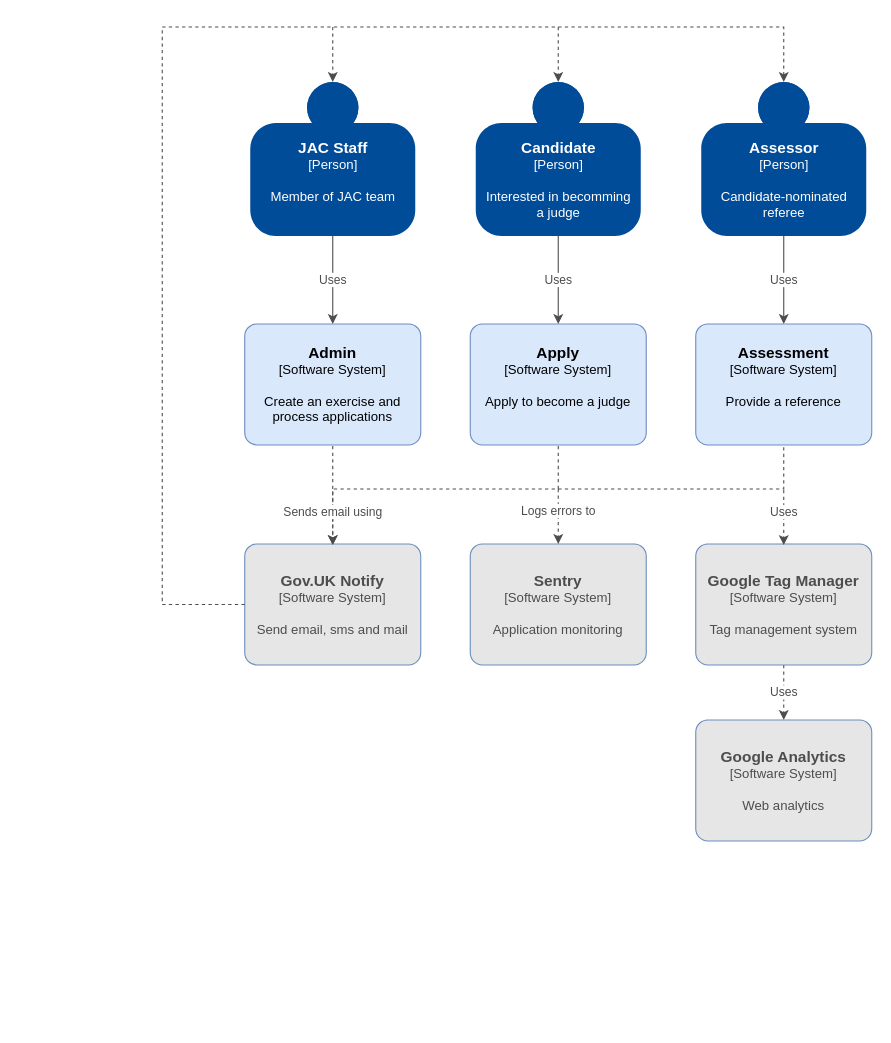
The draw.io diagram docs/jac-overview.drawio in jac-uk/documentation, before the edit. Source tidied: cells renumbered, new cells numbered last; positions are measured from the earlier drawing's top-left corner, leaving out a move shared by most shapes. Both pictures are drawn from the tidied source at 110%, with x=0, y=0 at pixel (162, 26).
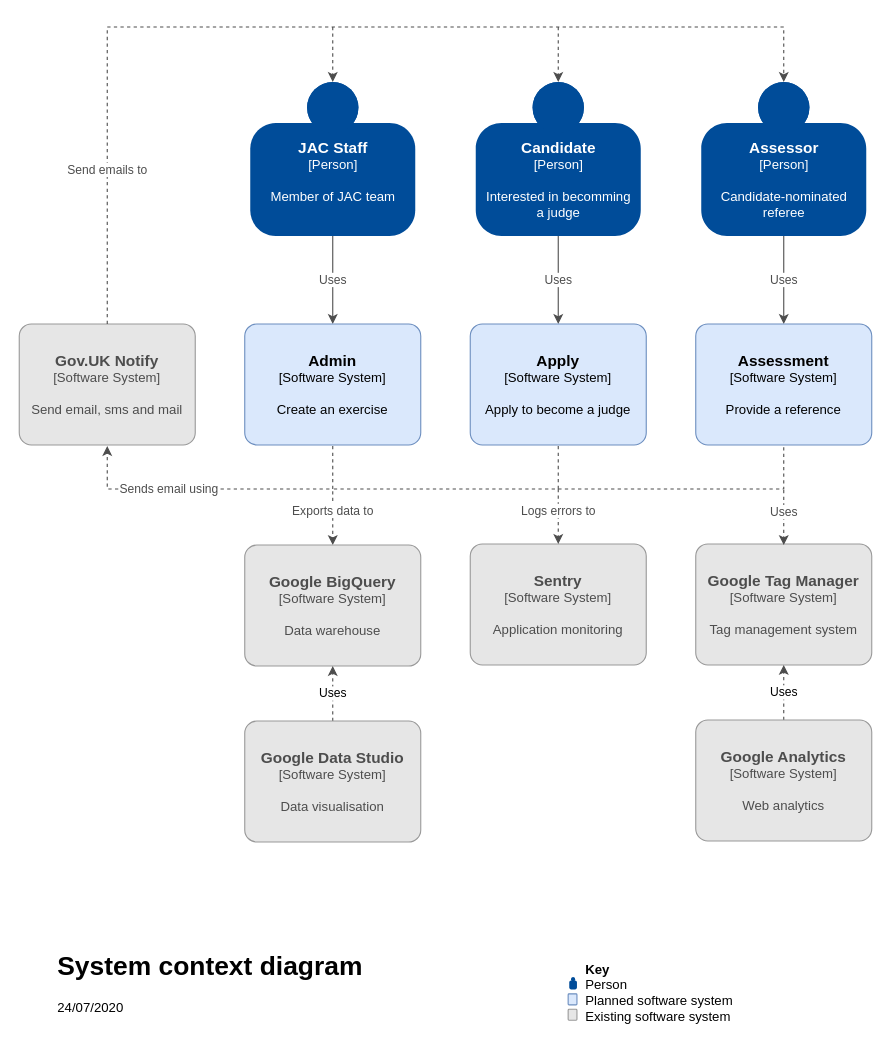
After the change.

The change refers to these unchanged cells:
```xml
<mxCell id="8" value="&lt;div&gt;&lt;font size=&quot;1&quot;&gt;&lt;b style=&quot;font-size: 14px&quot;&gt;Assessor&lt;/b&gt;&lt;/font&gt;&lt;/div&gt;&lt;div&gt;[Person]&lt;b&gt;&lt;br&gt;&lt;/b&gt;&lt;/div&gt;&lt;div&gt;&lt;b&gt;&lt;br&gt;&lt;/b&gt;&lt;/div&gt;&lt;div&gt;Candidate-nominated &lt;br&gt;&lt;/div&gt;&lt;div&gt;referee&lt;b&gt;&lt;br&gt;&lt;/b&gt;&lt;/div&gt;" style="html=1;dashed=0;whitespace=wrap;shape=mxgraph.c4.person;align=center;points=[[0.5,0,0],[1,0.5,0],[1,0.75,0],[0.75,1,0],[0.5,1,0],[0.25,1,0],[0,0.75,0],[0,0.5,0]];fillColor=#004C99;fontColor=#FFFFFF;strokeColor=none;" parent="1" vertex="1">
  <mxGeometry x="490" y="50" width="150" height="140" as="geometry" />
</mxCell>
```

Change to the diagram source:
```diff
@@
-    <mxCell id="9" value="&lt;font size=&quot;1&quot;&gt;&lt;b style=&quot;font-size: 14px&quot;&gt;Admin&lt;/b&gt;&lt;/font&gt;&lt;div&gt;[Software System]&lt;/div&gt;&lt;br&gt;&lt;div&gt;Create an exercise and process applications&lt;br&gt;&lt;/div&gt;" style="rounded=1;whiteSpace=wrap;html=1;labelBackgroundColor=none;fillColor=#dae8fc;fontColor=#000000;align=center;arcSize=10;strokeColor=#6c8ebf;points=[[0.25,0,0],[0.5,0,0],[0.75,0,0],[1,0.25,0],[1,0.5,0],[1,0.75,0],[0.75,1,0],[0.5,1,0],[0.25,1,0],[0,0.75,0],[0,0.5,0],[0,0.25,0]];" parent="1" vertex="1">
+    <mxCell id="9" value="&lt;font size=&quot;1&quot;&gt;&lt;b style=&quot;font-size: 14px&quot;&gt;Admin&lt;/b&gt;&lt;/font&gt;&lt;div&gt;[Software System]&lt;/div&gt;&lt;br&gt;&lt;div&gt;Create an exercise&lt;br&gt;&lt;/div&gt;" style="rounded=1;whiteSpace=wrap;html=1;labelBackgroundColor=none;fillColor=#dae8fc;fontColor=#000000;align=center;arcSize=10;strokeColor=#6c8ebf;points=[[0.25,0,0],[0.5,0,0],[0.75,0,0],[1,0.25,0],[1,0.5,0],[1,0.75,0],[0.75,1,0],[0.5,1,0],[0.25,1,0],[0,0.75,0],[0,0.5,0],[0,0.25,0]];" parent="1" vertex="1">
       <mxGeometry x="75" y="270" width="160" height="110" as="geometry" />
     </mxCell>
-    <mxCell id="10" style="edgeStyle=orthogonalEdgeStyle;rounded=0;orthogonalLoop=1;jettySize=auto;html=1;entryX=0.5;entryY=0;entryDx=0;entryDy=0;entryPerimeter=0;dashed=1;strokeColor=#4D4D4D;fontColor=#4D4D4D;" parent="1" edge="1">
-      <mxGeometry relative="1" as="geometry">
+    <mxCell id="10" value="Exports data to" style="edgeStyle=orthogonalEdgeStyle;rounded=0;orthogonalLoop=1;jettySize=auto;html=1;entryX=0.5;entryY=0;entryDx=0;entryDy=0;entryPerimeter=0;dashed=1;strokeColor=#4D4D4D;fontColor=#4D4D4D;" parent="1" edge="1">
+      <mxGeometry x="0.79" relative="1" as="geometry">
         <mxPoint x="360" y="381" as="sourcePoint" />
         <mxPoint x="155" y="471" as="targetPoint" />
         <Array as="points">
           <mxPoint x="360" y="420" />
           <mxPoint x="155" y="420" />
         </Array>
       </mxGeometry>
     </mxCell>
-    <mxCell id="11" value="&lt;font size=&quot;1&quot;&gt;&lt;b style=&quot;font-size: 14px&quot;&gt;Apply&lt;/b&gt;&lt;/font&gt;&lt;div&gt;[Software System]&lt;/div&gt;&lt;br&gt;&lt;div&gt;Apply to become a judge&lt;/div&gt;&lt;div&gt;&lt;br&gt;&lt;/div&gt;" style="rounded=1;whiteSpace=wrap;html=1;labelBackgroundColor=none;fillColor=#dae8fc;fontColor=#000000;align=center;arcSize=10;strokeColor=#6c8ebf;points=[[0.25,0,0],[0.5,0,0],[0.75,0,0],[1,0.25,0],[1,0.5,0],[1,0.75,0],[0.75,1,0],[0.5,1,0],[0.25,1,0],[0,0.75,0],[0,0.5,0],[0,0.25,0]];" parent="1" vertex="1">
+    <mxCell id="11" value="&lt;font size=&quot;1&quot;&gt;&lt;b style=&quot;font-size: 14px&quot;&gt;Apply&lt;/b&gt;&lt;/font&gt;&lt;div&gt;[Software System]&lt;/div&gt;&lt;br&gt;&lt;div&gt;Apply to become a judge&lt;/div&gt;" style="rounded=1;whiteSpace=wrap;html=1;labelBackgroundColor=none;fillColor=#dae8fc;fontColor=#000000;align=center;arcSize=10;strokeColor=#6c8ebf;points=[[0.25,0,0],[0.5,0,0],[0.75,0,0],[1,0.25,0],[1,0.5,0],[1,0.75,0],[0.75,1,0],[0.5,1,0],[0.25,1,0],[0,0.75,0],[0,0.5,0],[0,0.25,0]];" parent="1" vertex="1">
       <mxGeometry x="280" y="270" width="160" height="110" as="geometry" />
     </mxCell>
-    <mxCell id="12" value="&lt;font size=&quot;1&quot;&gt;&lt;b style=&quot;font-size: 14px&quot;&gt;Assessment&lt;/b&gt;&lt;/font&gt;&lt;div&gt;[Software System]&lt;/div&gt;&lt;br&gt;&lt;div&gt;Provide a reference&lt;/div&gt;&lt;div&gt;&lt;br&gt;&lt;/div&gt;" style="rounded=1;whiteSpace=wrap;html=1;labelBackgroundColor=none;fillColor=#dae8fc;fontColor=#000000;align=center;arcSize=10;strokeColor=#6c8ebf;points=[[0.25,0,0],[0.5,0,0],[0.75,0,0],[1,0.25,0],[1,0.5,0],[1,0.75,0],[0.75,1,0],[0.5,1,0],[0.25,1,0],[0,0.75,0],[0,0.5,0],[0,0.25,0]];" parent="1" vertex="1">
+    <mxCell id="12" value="&lt;font size=&quot;1&quot;&gt;&lt;b style=&quot;font-size: 14px&quot;&gt;Assessment&lt;/b&gt;&lt;/font&gt;&lt;div&gt;[Software System]&lt;/div&gt;&lt;br&gt;&lt;div&gt;Provide a reference&lt;/div&gt;" style="rounded=1;whiteSpace=wrap;html=1;labelBackgroundColor=none;fillColor=#dae8fc;fontColor=#000000;align=center;arcSize=10;strokeColor=#6c8ebf;points=[[0.25,0,0],[0.5,0,0],[0.75,0,0],[1,0.25,0],[1,0.5,0],[1,0.75,0],[0.75,1,0],[0.5,1,0],[0.25,1,0],[0,0.75,0],[0,0.5,0],[0,0.25,0]];" parent="1" vertex="1">
       <mxGeometry x="485" y="270" width="160" height="110" as="geometry" />
     </mxCell>
-    <mxCell id="13" value="&lt;b style=&quot;font-size: 14px&quot;&gt;Gov.UK Notify&lt;br&gt;&lt;/b&gt;&lt;div&gt;[Software System]&lt;/div&gt;&lt;br&gt;&lt;div&gt;Send email, sms and mail&lt;br&gt;&lt;/div&gt;" style="rounded=1;whiteSpace=wrap;html=1;labelBackgroundColor=none;align=center;arcSize=10;strokeColor=#6c8ebf;points=[[0.25,0,0],[0.5,0,0],[0.75,0,0],[1,0.25,0],[1,0.5,0],[1,0.75,0],[0.75,1,0],[0.5,1,0],[0.25,1,0],[0,0.75,0],[0,0.5,0],[0,0.25,0]];fillColor=#E6E6E6;fontColor=#4D4D4D;" parent="1" vertex="1">
-      <mxGeometry x="75" y="470" width="160" height="110" as="geometry" />
+    <mxCell id="13" value="&lt;b style=&quot;font-size: 14px&quot;&gt;Gov.UK Notify&lt;br&gt;&lt;/b&gt;&lt;div&gt;[Software System]&lt;/div&gt;&lt;br&gt;&lt;div&gt;Send email, sms and mail&lt;br&gt;&lt;/div&gt;" style="rounded=1;whiteSpace=wrap;html=1;labelBackgroundColor=none;align=center;arcSize=10;points=[[0.25,0,0],[0.5,0,0],[0.75,0,0],[1,0.25,0],[1,0.5,0],[1,0.75,0],[0.75,1,0],[0.5,1,0],[0.25,1,0],[0,0.75,0],[0,0.5,0],[0,0.25,0]];fillColor=#E6E6E6;fontColor=#4D4D4D;strokeColor=#999999;" parent="1" vertex="1">
+      <mxGeometry x="-130" y="270" width="160" height="110" as="geometry" />
     </mxCell>
@@
     <mxCell id="15" value="Sends email using" style="edgeStyle=orthogonalEdgeStyle;rounded=0;orthogonalLoop=1;jettySize=auto;html=1;dashed=1;strokeColor=#4D4D4D;fontColor=#4D4D4D;" parent="1" edge="1">
       <mxGeometry x="0.33" relative="1" as="geometry">
         <mxPoint x="155" y="381" as="sourcePoint" />
-        <mxPoint x="155" y="471" as="targetPoint" />
+        <mxPoint x="-50" y="381" as="targetPoint" />
+        <Array as="points">
+          <mxPoint x="155" y="420" />
+          <mxPoint x="-50" y="420" />
+        </Array>
       </mxGeometry>
     </mxCell>
-    <mxCell id="16" style="endArrow=classic;html=1;edgeStyle=orthogonalEdgeStyle;rounded=0;exitX=0;exitY=0.5;exitDx=0;exitDy=0;exitPerimeter=0;entryX=0.5;entryY=0;entryDx=0;entryDy=0;entryPerimeter=0;dashed=1;strokeColor=#4D4D4D;fontColor=#4D4D4D;" parent="1" edge="1" source="13" target="8">
-      <mxGeometry relative="1" as="geometry">
+    <mxCell id="16" value="Send emails to" style="endArrow=classic;html=1;edgeStyle=orthogonalEdgeStyle;rounded=0;entryX=0.5;entryY=0;entryDx=0;entryDy=0;entryPerimeter=0;dashed=1;strokeColor=#4D4D4D;fontColor=#4D4D4D;exitX=0.5;exitY=0;exitDx=0;exitDy=0;exitPerimeter=0;" parent="1" edge="1" source="13" target="8">
+      <mxGeometry x="-0.7" relative="1" as="geometry">
         <Array as="points">
-          <mxPoint y="525" />
-          <mxPoint />
+          <mxPoint x="-50" />
           <mxPoint x="565" />
         </Array>
       </mxGeometry>
     </mxCell>
@@
-    <mxCell id="19" value="&lt;b style=&quot;font-size: 14px&quot;&gt;Sentry&lt;br&gt;&lt;/b&gt;&lt;div&gt;[Software System]&lt;/div&gt;&lt;br&gt;&lt;div&gt;Application monitoring&lt;br&gt;&lt;/div&gt;" style="rounded=1;whiteSpace=wrap;html=1;labelBackgroundColor=none;align=center;arcSize=10;strokeColor=#6c8ebf;fillColor=#E6E6E6;fontColor=#4D4D4D;" parent="1" vertex="1">
+    <mxCell id="19" value="&lt;b style=&quot;font-size: 14px&quot;&gt;Sentry&lt;br&gt;&lt;/b&gt;&lt;div&gt;[Software System]&lt;/div&gt;&lt;br&gt;&lt;div&gt;Application monitoring&lt;br&gt;&lt;/div&gt;" style="rounded=1;whiteSpace=wrap;html=1;labelBackgroundColor=none;align=center;arcSize=10;fillColor=#E6E6E6;fontColor=#4D4D4D;strokeColor=#999999;" parent="1" vertex="1">
       <mxGeometry x="280" y="470" width="160" height="110" as="geometry" />
     </mxCell>
@@
-    <mxCell id="21" value="&lt;div&gt;Uses&lt;/div&gt;" style="edgeStyle=orthogonalEdgeStyle;rounded=0;jettySize=auto;html=1;dashed=1;endArrow=classic;endFill=1;strokeColor=#4D4D4D;fontColor=#4D4D4D;" parent="1" edge="1" source="22" target="23">
-      <mxGeometry relative="1" as="geometry" />
-    </mxCell>
-    <mxCell id="22" value="&lt;font style=&quot;font-size: 14px&quot;&gt;&lt;b&gt;Google Tag Manager&lt;br&gt;&lt;/b&gt;&lt;/font&gt;&lt;div&gt;&lt;font style=&quot;font-size: 12px&quot;&gt;[&lt;/font&gt;Software System]&lt;/div&gt;&lt;br&gt;&lt;div&gt;Tag management system&lt;br&gt;&lt;/div&gt;" style="rounded=1;whiteSpace=wrap;html=1;labelBackgroundColor=none;align=center;arcSize=10;strokeColor=#6c8ebf;points=[[0.25,0,0],[0.5,0,0],[0.75,0,0],[1,0.25,0],[1,0.5,0],[1,0.75,0],[0.75,1,0],[0.5,1,0],[0.25,1,0],[0,0.75,0],[0,0.5,0],[0,0.25,0]];fillColor=#E6E6E6;fontColor=#4D4D4D;" parent="1" vertex="1">
+    <mxCell id="22" value="&lt;font style=&quot;font-size: 14px&quot;&gt;&lt;b&gt;Google Tag Manager&lt;br&gt;&lt;/b&gt;&lt;/font&gt;&lt;div&gt;&lt;font style=&quot;font-size: 12px&quot;&gt;[&lt;/font&gt;Software System]&lt;/div&gt;&lt;br&gt;&lt;div&gt;Tag management system&lt;br&gt;&lt;/div&gt;" style="rounded=1;whiteSpace=wrap;html=1;labelBackgroundColor=none;align=center;arcSize=10;points=[[0.25,0,0],[0.5,0,0],[0.75,0,0],[1,0.25,0],[1,0.5,0],[1,0.75,0],[0.75,1,0],[0.5,1,0],[0.25,1,0],[0,0.75,0],[0,0.5,0],[0,0.25,0]];fillColor=#E6E6E6;fontColor=#4D4D4D;strokeColor=#999999;" parent="1" vertex="1">
       <mxGeometry x="485" y="470" width="160" height="110" as="geometry" />
     </mxCell>
+    <mxCell id="25" value="Uses" style="edgeStyle=orthogonalEdgeStyle;rounded=0;jettySize=auto;html=1;dashed=1;endArrow=classic;endFill=1;strokeColor=#4D4D4D;fontColor=#000000;" parent="1" edge="1" source="23" target="22">
+      <mxGeometry relative="1" as="geometry" />
+    </mxCell>
-    <mxCell id="23" value="&lt;b style=&quot;font-size: 14px&quot;&gt;Google Analytics&lt;br&gt;&lt;/b&gt;&lt;div&gt;[Software System]&lt;/div&gt;&lt;br&gt;&lt;div&gt;Web analytics&lt;br&gt;&lt;/div&gt;" style="rounded=1;whiteSpace=wrap;html=1;labelBackgroundColor=none;align=center;arcSize=10;strokeColor=#6c8ebf;points=[[0.25,0,0],[0.5,0,0],[0.75,0,0],[1,0.25,0],[1,0.5,0],[1,0.75,0],[0.75,1,0],[0.5,1,0],[0.25,1,0],[0,0.75,0],[0,0.5,0],[0,0.25,0]];fillColor=#E6E6E6;fontColor=#4D4D4D;" parent="1" vertex="1">
+    <mxCell id="23" value="&lt;b style=&quot;font-size: 14px&quot;&gt;Google Analytics&lt;br&gt;&lt;/b&gt;&lt;div&gt;[Software System]&lt;/div&gt;&lt;br&gt;&lt;div&gt;Web analytics&lt;br&gt;&lt;/div&gt;" style="rounded=1;whiteSpace=wrap;html=1;labelBackgroundColor=none;align=center;arcSize=10;points=[[0.25,0,0],[0.5,0,0],[0.75,0,0],[1,0.25,0],[1,0.5,0],[1,0.75,0],[0.75,1,0],[0.5,1,0],[0.25,1,0],[0,0.75,0],[0,0.5,0],[0,0.25,0]];fillColor=#E6E6E6;fontColor=#4D4D4D;strokeColor=#999999;" parent="1" vertex="1">
       <mxGeometry x="485" y="630" width="160" height="110" as="geometry" />
     </mxCell>
@@
+    <mxCell id="26" value="&lt;h1&gt;System context diagram&lt;br&gt;&lt;/h1&gt;&lt;p&gt;24/07/2020&lt;/p&gt;" style="text;html=1;strokeColor=none;fillColor=none;spacing=5;spacingTop=-20;whiteSpace=wrap;overflow=hidden;rounded=0;align=left;" parent="1" vertex="1">
+      <mxGeometry x="-100" y="834" width="355" height="70" as="geometry" />
+    </mxCell>
+    <mxCell id="27" value="&lt;font style=&quot;font-size: 14px&quot;&gt;&lt;b&gt;Google BigQuery&lt;br&gt;&lt;/b&gt;&lt;/font&gt;&lt;div&gt;&lt;font style=&quot;font-size: 12px&quot;&gt;[&lt;/font&gt;Software System]&lt;/div&gt;&lt;br&gt;&lt;div&gt;Data warehouse&lt;br&gt;&lt;/div&gt;" style="rounded=1;whiteSpace=wrap;html=1;labelBackgroundColor=none;align=center;arcSize=10;points=[[0.25,0,0],[0.5,0,0],[0.75,0,0],[1,0.25,0],[1,0.5,0],[1,0.75,0],[0.75,1,0],[0.5,1,0],[0.25,1,0],[0,0.75,0],[0,0.5,0],[0,0.25,0]];fillColor=#E6E6E6;fontColor=#4D4D4D;strokeColor=#999999;" parent="1" vertex="1">
+      <mxGeometry x="75" y="471" width="160" height="110" as="geometry" />
+    </mxCell>
+    <mxCell id="28" value="Uses" style="edgeStyle=orthogonalEdgeStyle;rounded=0;jettySize=auto;html=1;dashed=1;endArrow=classic;endFill=1;strokeColor=#4D4D4D;fontColor=#000000;" parent="1" edge="1" source="29" target="27">
+      <mxGeometry relative="1" as="geometry" />
+    </mxCell>
+    <mxCell id="29" value="&lt;b style=&quot;font-size: 14px&quot;&gt;Google Data Studio&lt;br&gt;&lt;/b&gt;&lt;div&gt;[Software System]&lt;/div&gt;&lt;br&gt;&lt;div&gt;Data visualisation&lt;br&gt;&lt;/div&gt;" style="rounded=1;whiteSpace=wrap;html=1;labelBackgroundColor=none;align=center;arcSize=10;points=[[0.25,0,0],[0.5,0,0],[0.75,0,0],[1,0.25,0],[1,0.5,0],[1,0.75,0],[0.75,1,0],[0.5,1,0],[0.25,1,0],[0,0.75,0],[0,0.5,0],[0,0.25,0]];fillColor=#E6E6E6;fontColor=#4D4D4D;strokeColor=#999999;" parent="1" vertex="1">
+      <mxGeometry x="75" y="631" width="160" height="110" as="geometry" />
+    </mxCell>
+    <mxCell id="30" style="group;" parent="1" vertex="1">
+      <mxGeometry x="369" y="851" width="232" height="53" as="geometry" />
+    </mxCell>
+    <mxCell id="31" style="html=1;dashed=0;whitespace=wrap;shape=mxgraph.c4.person;align=center;fillColor=#004C99;fontColor=#FFFFFF;strokeColor=none;" parent="30" vertex="1">
+      <mxGeometry x="1" y="13" width="7" height="11" as="geometry" />
+    </mxCell>
+    <mxCell id="32" value="&lt;div&gt;&lt;b&gt;Key&lt;/b&gt;&lt;br&gt;Person&lt;/div&gt;&lt;div&gt;Planned software system&lt;/div&gt;&lt;div&gt;Existing software system&lt;br&gt;&lt;/div&gt;" style="text;html=1;strokeColor=none;fillColor=none;align=left;verticalAlign=middle;whiteSpace=wrap;rounded=0;fontColor=#000000;" parent="30" vertex="1">
+      <mxGeometry x="14" width="218" height="53" as="geometry" />
+    </mxCell>
+    <mxCell id="33" style="rounded=1;whiteSpace=wrap;html=1;labelBackgroundColor=none;fillColor=#dae8fc;fontColor=#000000;align=center;arcSize=10;strokeColor=#6c8ebf;" parent="30" vertex="1">
+      <mxGeometry y="28" width="8" height="10" as="geometry" />
+    </mxCell>
+    <mxCell id="34" style="rounded=1;whiteSpace=wrap;html=1;labelBackgroundColor=none;fontColor=#000000;align=center;arcSize=10;fillColor=#E6E6E6;strokeColor=#999999;" parent="30" vertex="1">
+      <mxGeometry y="42" width="8" height="10" as="geometry" />
+    </mxCell>
```
